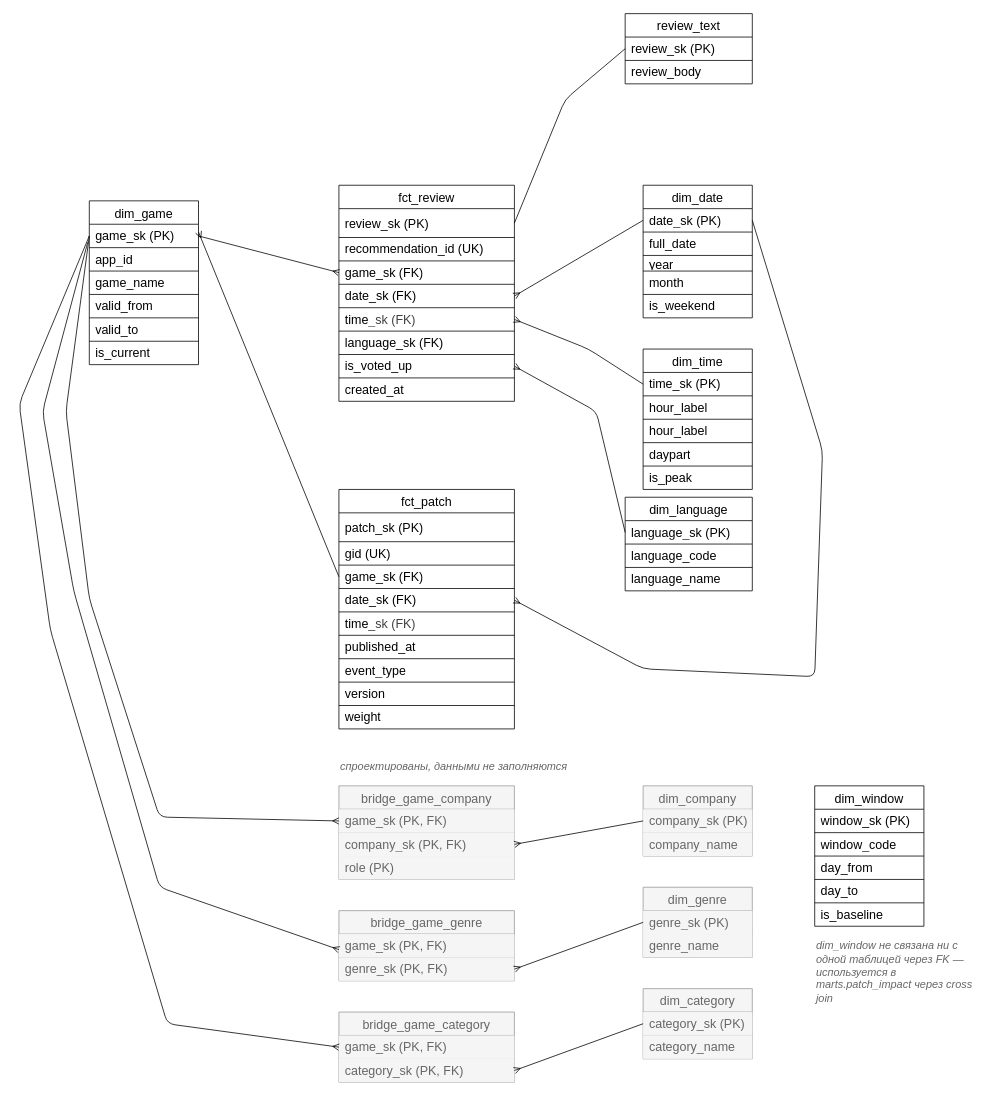
The draw.io diagram docs/er/core.drawio in lebedev-ay/steam-health, before the edit. Source tidied: cells renumbered, new cells numbered last; positions are measured from the earlier drawing's top-left corner, leaving out a move shared by most shapes. Both pictures are drawn from the tidied source at 78%, with x=0, y=0 at pixel (19, 13).
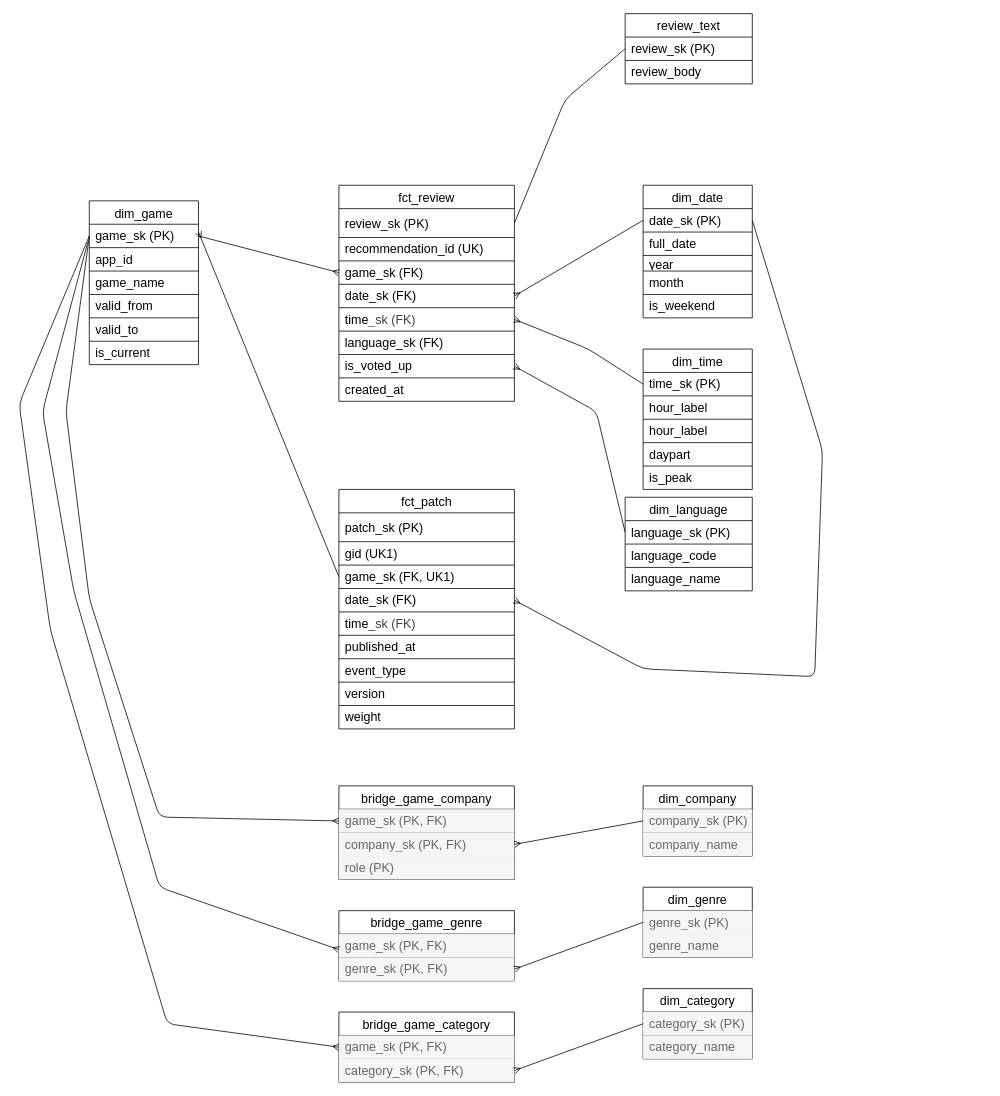
Above is the later version.

Commit message (it also covers changes not shown here):
диаграммы приведены к текущему состоянию схемы

Unchanged cells that the change refers to:
```xml
<mxCell id="74" style="shape=tableRow;horizontal=0;startSize=0;swimlaneHead=0;swimlaneBody=0;top=0;left=0;bottom=0;right=0;fillColor=none;strokeColor=inherit;fontSize=16;" parent="71" vertex="1">
  <mxGeometry y="67" width="225" height="30" as="geometry" />
</mxCell>
<mxCell id="76" style="shape=tableRow;horizontal=0;startSize=0;swimlaneHead=0;swimlaneBody=0;top=0;left=0;bottom=0;right=0;fillColor=none;points=[[0,0.5],[1,0.5]];portConstraint=eastwest;strokeColor=inherit;fontSize=16;" parent="71" vertex="1">
  <mxGeometry y="97" width="225" height="30" as="geometry" />
</mxCell>
```

Change to the diagram source:
```diff
@@
-    <mxCell id="75" value="gid (UK)" style="shape=partialRectangle;html=1;whiteSpace=wrap;fillColor=none;top=0;left=0;bottom=0;right=0;align=left;spacingLeft=6;overflow=hidden;strokeColor=inherit;fontSize=16;" parent="74" vertex="1">
+    <mxCell id="75" value="gid (UK1)" style="shape=partialRectangle;html=1;whiteSpace=wrap;fillColor=none;top=0;left=0;bottom=0;right=0;align=left;spacingLeft=6;overflow=hidden;strokeColor=inherit;fontSize=16;" parent="74" vertex="1">
       <mxGeometry width="225" height="30" as="geometry" />
     </mxCell>
@@
-    <mxCell id="77" value="game_sk (FK)" style="shape=partialRectangle;html=1;whiteSpace=wrap;fillColor=none;top=0;left=0;bottom=0;right=0;align=left;spacingLeft=6;overflow=hidden;strokeColor=inherit;fontSize=16;" parent="76" vertex="1">
+    <mxCell id="77" value="game_sk (FK, UK1)" style="shape=partialRectangle;html=1;whiteSpace=wrap;fillColor=none;top=0;left=0;bottom=0;right=0;align=left;spacingLeft=6;overflow=hidden;strokeColor=inherit;fontSize=16;" parent="76" vertex="1">
       <mxGeometry width="225" height="30" as="geometry" />
     </mxCell>
@@
-    <mxCell id="92" value="спроектированы, данными не заполняются" style="text;html=1;strokeColor=none;fillColor=none;align=left;verticalAlign=middle;whiteSpace=wrap;fontColor=#666666;fontStyle=2;fontSize=14;" parent="1" vertex="1">
-      <mxGeometry x="410" y="955" width="400" height="20" as="geometry" />
-    </mxCell>
-    <mxCell id="93" value="dim_company" style="shape=table;startSize=30;childLayout=tableLayout;rowLines=1;fontStyle=0;strokeColor=#999999;fontSize=16;fillColor=#f5f5f5;fontColor=#666666;" parent="1" vertex="1">
+    <mxCell id="93" value="dim_company" style="shape=table;startSize=30;childLayout=tableLayout;rowLines=1;fontStyle=0;strokeColor=default;fontSize=16;" parent="1" vertex="1">
       <mxGeometry x="800" y="990" width="140" height="90" as="geometry" />
     </mxCell>
@@
-    <mxCell id="98" value="dim_genre" style="shape=table;startSize=30;childLayout=tableLayout;rowLines=1;fontStyle=0;strokeColor=#999999;fontSize=16;fillColor=#f5f5f5;fontColor=#666666;" parent="1" vertex="1">
+    <mxCell id="98" value="dim_genre" style="shape=table;startSize=30;childLayout=tableLayout;rowLines=1;fontStyle=0;strokeColor=default;fontSize=16;" parent="1" vertex="1">
       <mxGeometry x="800" y="1120" width="140" height="90" as="geometry" />
     </mxCell>
@@
-    <mxCell id="103" value="dim_category" style="shape=table;startSize=30;childLayout=tableLayout;rowLines=1;fontStyle=0;strokeColor=#999999;fontSize=16;fillColor=#f5f5f5;fontColor=#666666;" parent="1" vertex="1">
+    <mxCell id="103" value="dim_category" style="shape=table;startSize=30;childLayout=tableLayout;rowLines=1;fontStyle=0;strokeColor=default;fontSize=16;" parent="1" vertex="1">
       <mxGeometry x="800" y="1250" width="140" height="90" as="geometry" />
     </mxCell>
@@
-    <mxCell id="108" value="dim_window" style="shape=table;startSize=30;childLayout=tableLayout;rowLines=1;fontStyle=0;strokeColor=default;fontSize=16;" parent="1" vertex="1">
-      <mxGeometry x="1020" y="990" width="140" height="180" as="geometry" />
-    </mxCell>
-    <mxCell id="109" style="shape=tableRow;horizontal=0;startSize=0;swimlaneHead=0;swimlaneBody=0;top=0;left=0;bottom=0;right=0;fillColor=none;strokeColor=inherit;fontSize=16;" parent="108" vertex="1">
-      <mxGeometry y="30" width="140" height="30" as="geometry" />
-    </mxCell>
-    <mxCell id="110" value="window_sk (PK)" style="shape=partialRectangle;html=1;whiteSpace=wrap;fillColor=none;top=0;left=0;bottom=0;right=0;align=left;spacingLeft=6;overflow=hidden;strokeColor=inherit;fontSize=16;" parent="109" vertex="1">
-      <mxGeometry width="140" height="30" as="geometry" />
-    </mxCell>
-    <mxCell id="111" style="shape=tableRow;horizontal=0;startSize=0;swimlaneHead=0;swimlaneBody=0;top=0;left=0;bottom=0;right=0;fillColor=none;strokeColor=inherit;fontSize=16;" parent="108" vertex="1">
-      <mxGeometry y="60" width="140" height="30" as="geometry" />
-    </mxCell>
-    <mxCell id="112" value="window_code" style="shape=partialRectangle;html=1;whiteSpace=wrap;fillColor=none;top=0;left=0;bottom=0;right=0;align=left;spacingLeft=6;overflow=hidden;strokeColor=inherit;fontSize=16;" parent="111" vertex="1">
-      <mxGeometry width="140" height="30" as="geometry" />
-    </mxCell>
-    <mxCell id="113" style="shape=tableRow;horizontal=0;startSize=0;swimlaneHead=0;swimlaneBody=0;top=0;left=0;bottom=0;right=0;fillColor=none;strokeColor=inherit;fontSize=16;" parent="108" vertex="1">
-      <mxGeometry y="90" width="140" height="30" as="geometry" />
-    </mxCell>
-    <mxCell id="114" value="day_from" style="shape=partialRectangle;html=1;whiteSpace=wrap;fillColor=none;top=0;left=0;bottom=0;right=0;align=left;spacingLeft=6;overflow=hidden;strokeColor=inherit;fontSize=16;" parent="113" vertex="1">
-      <mxGeometry width="140" height="30" as="geometry" />
-    </mxCell>
-    <mxCell id="115" style="shape=tableRow;horizontal=0;startSize=0;swimlaneHead=0;swimlaneBody=0;top=0;left=0;bottom=0;right=0;fillColor=none;strokeColor=inherit;fontSize=16;" parent="108" vertex="1">
-      <mxGeometry y="120" width="140" height="30" as="geometry" />
-    </mxCell>
-    <mxCell id="116" value="day_to" style="shape=partialRectangle;html=1;whiteSpace=wrap;fillColor=none;top=0;left=0;bottom=0;right=0;align=left;spacingLeft=6;overflow=hidden;strokeColor=inherit;fontSize=16;" parent="115" vertex="1">
-      <mxGeometry width="140" height="30" as="geometry" />
-    </mxCell>
-    <mxCell id="117" style="shape=tableRow;horizontal=0;startSize=0;swimlaneHead=0;swimlaneBody=0;top=0;left=0;bottom=0;right=0;fillColor=none;strokeColor=inherit;fontSize=16;" parent="108" vertex="1">
-      <mxGeometry y="150" width="140" height="30" as="geometry" />
-    </mxCell>
-    <mxCell id="118" value="is_baseline" style="shape=partialRectangle;html=1;whiteSpace=wrap;fillColor=none;top=0;left=0;bottom=0;right=0;align=left;spacingLeft=6;overflow=hidden;strokeColor=inherit;fontSize=16;" parent="117" vertex="1">
-      <mxGeometry width="140" height="30" as="geometry" />
-    </mxCell>
-    <mxCell id="119" value="dim_window не связана ни с одной таблицей через FK — используется в marts.patch_impact через cross join" style="text;html=1;strokeColor=none;fillColor=none;align=left;verticalAlign=top;whiteSpace=wrap;fontColor=#666666;fontStyle=2;fontSize=14;" parent="1" vertex="1">
-      <mxGeometry x="1020" y="1180" width="220" height="70" as="geometry" />
-    </mxCell>
-    <mxCell id="120" value="bridge_game_company" style="shape=table;startSize=30;childLayout=tableLayout;rowLines=1;fontStyle=0;strokeColor=#999999;fontSize=16;fillColor=#f5f5f5;fontColor=#666666;" parent="1" vertex="1">
+    <mxCell id="120" value="bridge_game_company" style="shape=table;startSize=30;childLayout=tableLayout;rowLines=1;fontStyle=0;strokeColor=default;fontSize=16;" parent="1" vertex="1">
       <mxGeometry x="410" y="990" width="225" height="120" as="geometry" />
     </mxCell>
@@
-    <mxCell id="127" value="bridge_game_genre" style="shape=table;startSize=30;childLayout=tableLayout;rowLines=1;fontStyle=0;strokeColor=#999999;fontSize=16;fillColor=#f5f5f5;fontColor=#666666;" parent="1" vertex="1">
+    <mxCell id="127" value="bridge_game_genre" style="shape=table;startSize=30;childLayout=tableLayout;rowLines=1;fontStyle=0;strokeColor=default;fontSize=16;" parent="1" vertex="1">
       <mxGeometry x="410" y="1150" width="225" height="90" as="geometry" />
     </mxCell>
@@
-    <mxCell id="132" value="bridge_game_category" style="shape=table;startSize=30;childLayout=tableLayout;rowLines=1;fontStyle=0;strokeColor=#999999;fontSize=16;fillColor=#f5f5f5;fontColor=#666666;" parent="1" vertex="1">
+    <mxCell id="132" value="bridge_game_category" style="shape=table;startSize=30;childLayout=tableLayout;rowLines=1;fontStyle=0;strokeColor=default;fontSize=16;" parent="1" vertex="1">
       <mxGeometry x="410" y="1280" width="225" height="90" as="geometry" />
     </mxCell>
```
